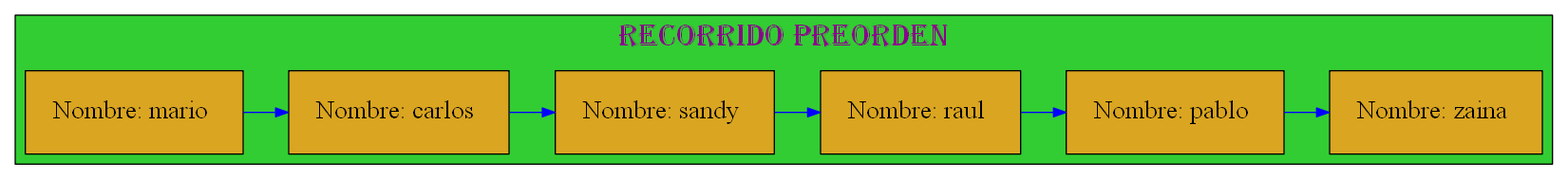
The Graphviz diagram Graficas/Recorrido_Preorden.dot.png in mariotun/EDD_1S2020_PY1_201602942, before a commit. Its source is kept beside it as Graficas/Recorrido_Preorden.dot.
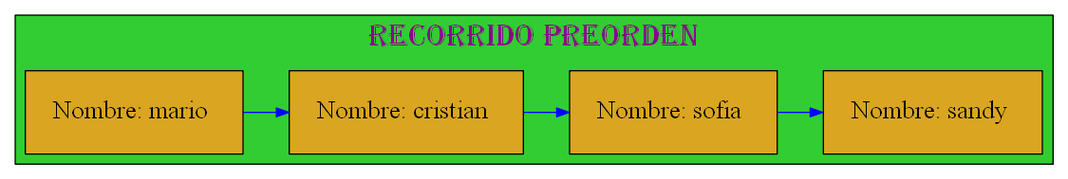
The same diagram one commit later.

The edit, as a diff of the source:
```diff
@@ -14,13 +14,11 @@
 {rank=same;
 
 25770475776[label="Nombre: mario " ];
-25770476512[label="Nombre: carlos " ];
-25770475984[label="Nombre: sandy " ];
-25770476992[label="Nombre: raul " ];
-25770476288[label="Nombre: pablo " ];
-25770477200[label="Nombre: zaina " ];
+25770475984[label="Nombre: cristian " ];
+25770476384[label="Nombre: sofia " ];
+25770476192[label="Nombre: sandy " ];
 };
-25770475776 -> 25770476512 -> 25770475984 -> 25770476992 -> 25770476288 -> 25770477200
+25770475776 -> 25770475984 -> 25770476384 -> 25770476192
 
 [color=blue ];
 }
```
